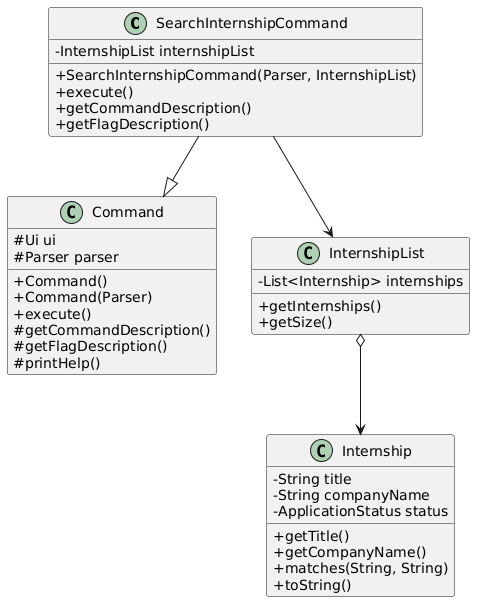
This is docs/diagrams/SearchInternshipCommandClassDiagram.png from Yian123330/tp, a PlantUML export, as it was before one commit. Source of this version:
```plantuml
@startuml
skinparam classAttributeIconSize 0
skinparam shadowing false

class SearchInternshipCommand {
    - InternshipList internshipList
    + SearchInternshipCommand(Parser, InternshipList)
    + execute()
    + getCommandDescription()
    + getFlagDescription()
}

class Command {
    # Ui ui
    # Parser parser
    + Command()
    + Command(Parser)
    + execute()
    # getCommandDescription()
    # getFlagDescription()
    # printHelp()
}

class InternshipList {
    - List<Internship> internships
    + getInternships()
    + getSize()
}

class Internship {
    - String title
    - String companyName
    - ApplicationStatus status
    + getTitle()
    + getCompanyName()
    + matches(String, String)
    + toString()
}

SearchInternshipCommand --|> Command
SearchInternshipCommand --> InternshipList
InternshipList o--> Internship
@enduml
```
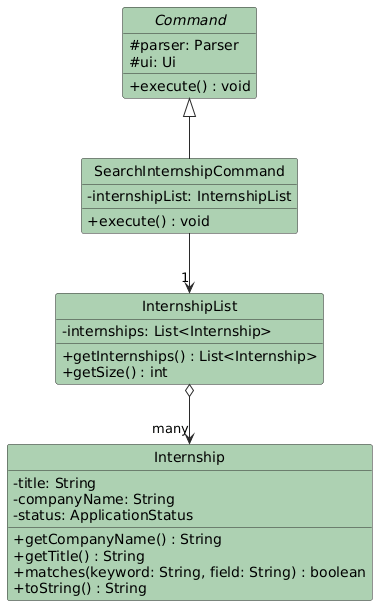
The same diagram one commit later.

Commit message:
Updated Class Diagram for List, delete, delete interview and search internship

Change to the diagram source:
```diff
@@ -1,43 +1,40 @@
 @startuml
+hide circle
 skinparam classAttributeIconSize 0
-skinparam shadowing false
+skinparam class {
+    BackgroundColor #ADD1B2
+    ArrowColor #2A2A2A
+    BorderColor #2A2A2A
+}
+
+abstract class Command {
+  # parser: Parser
+  # ui: Ui
+  + execute() : void
+}
 
 class SearchInternshipCommand {
-    - InternshipList internshipList
-    + SearchInternshipCommand(Parser, InternshipList)
-    + execute()
-    + getCommandDescription()
-    + getFlagDescription()
-}
-
-class Command {
-    # Ui ui
-    # Parser parser
-    + Command()
-    + Command(Parser)
-    + execute()
-    # getCommandDescription()
-    # getFlagDescription()
-    # printHelp()
+  - internshipList: InternshipList
+  + execute() : void
 }
 
 class InternshipList {
-    - List<Internship> internships
-    + getInternships()
-    + getSize()
+  - internships: List<Internship>
+  + getInternships() : List<Internship>
+  + getSize() : int
 }
 
 class Internship {
-    - String title
-    - String companyName
-    - ApplicationStatus status
-    + getTitle()
-    + getCompanyName()
-    + matches(String, String)
-    + toString()
+  - title: String
+  - companyName: String
+  - status: ApplicationStatus
+  + getCompanyName() : String
+  + getTitle() : String
+  + matches(keyword: String, field: String) : boolean
+  + toString() : String
 }
 
-SearchInternshipCommand --|> Command
-SearchInternshipCommand --> InternshipList
-InternshipList o--> Internship
+Command <|-- SearchInternshipCommand
+SearchInternshipCommand --> "1" InternshipList
+InternshipList o--> "many" Internship
 @enduml
```
